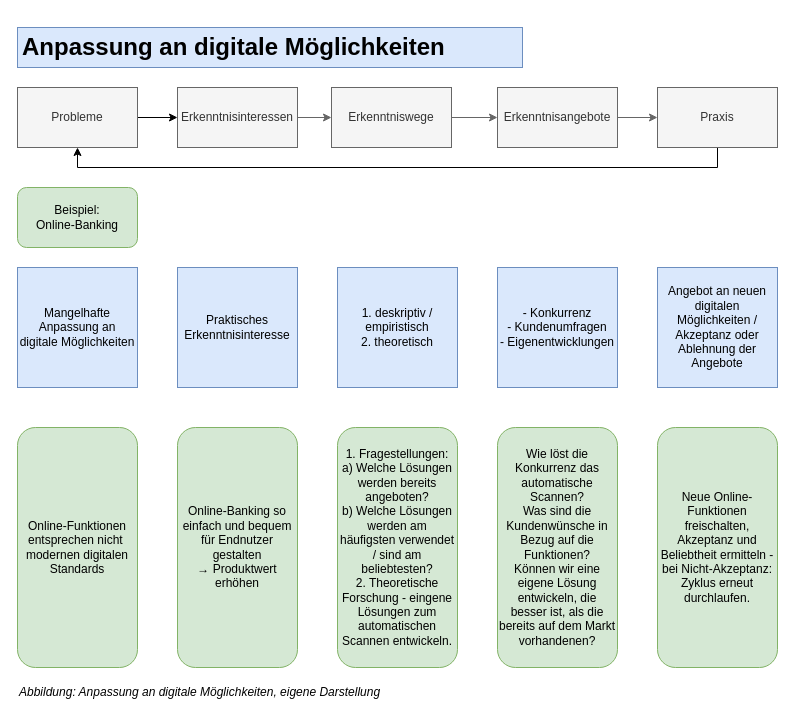
Before: Unbenanntes Diagramm.drawio in martinbro2021/diagrams, a draw.io diagram. Source tidied: cells renumbered, new cells numbered last; positions are measured from the earlier drawing's top-left corner, leaving out a move shared by most shapes. Both pictures are drawn from the tidied source at 100%, with x=0, y=0 at pixel (17, 27).
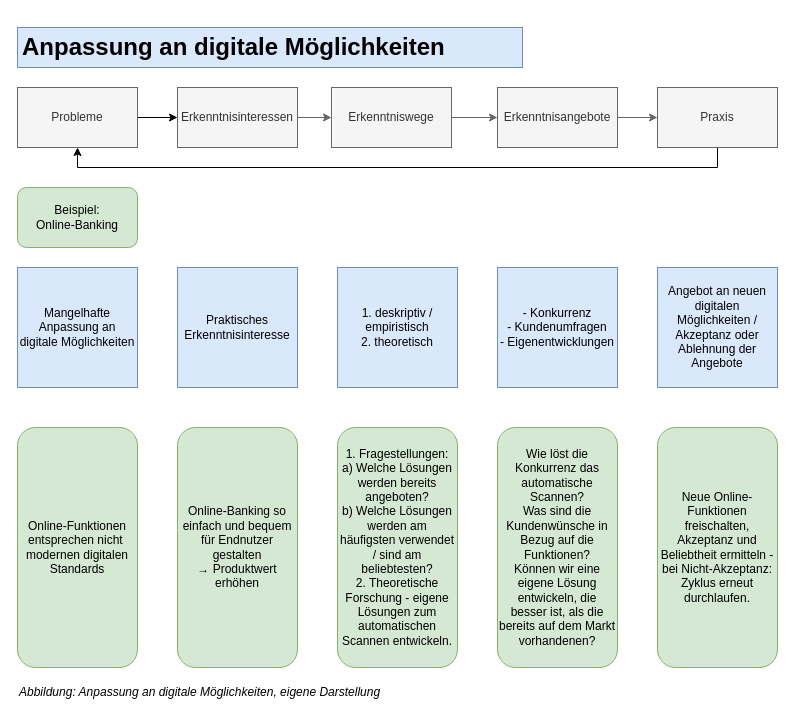
The same diagram, later.

Change to the diagram source:
```diff
@@
-    <mxCell id="20" value="1. Fragestellungen:&lt;br&gt;&lt;span style=&quot;background-color: initial;&quot;&gt;a) Welche Lösungen werden bereits angeboten?&lt;/span&gt;&lt;br&gt;&lt;span style=&quot;background-color: initial;&quot;&gt;b) Welche Lösungen werden am häufigsten verwendet / sind am beliebtesten?&lt;/span&gt;&lt;br&gt;2. Theoretische Forschung - eingene Lösungen zum automatischen Scannen entwickeln." style="rounded=1;whiteSpace=wrap;html=1;align=center;fillColor=#d5e8d4;strokeColor=#82b366;" parent="1" vertex="1">
+    <mxCell id="20" value="1. Fragestellungen:&lt;br&gt;&lt;span style=&quot;background-color: initial;&quot;&gt;a) Welche Lösungen werden bereits angeboten?&lt;/span&gt;&lt;br&gt;&lt;span style=&quot;background-color: initial;&quot;&gt;b) Welche Lösungen werden am häufigsten verwendet / sind am beliebtesten?&lt;/span&gt;&lt;br&gt;2. Theoretische Forschung - eigene Lösungen zum automatischen Scannen entwickeln." style="rounded=1;whiteSpace=wrap;html=1;align=center;fillColor=#d5e8d4;strokeColor=#82b366;" parent="1" vertex="1">
       <mxGeometry x="320" y="400" width="120" height="240" as="geometry" />
     </mxCell>
```
